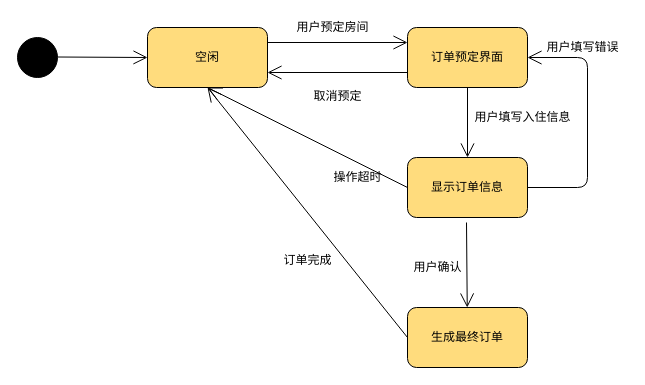
Earlier version of the draw.io diagram docs/用例描述文档/图/源文件/状态图/5 预订酒店 状态图.drawio (Cynyard999/hotel-booking-system). Source tidied: cells renumbered, new cells numbered last; positions are measured from the earlier drawing's top-left corner, leaving out a move shared by most shapes. Both pictures are drawn from the tidied source at 100%, with x=0, y=0 at pixel (17, 17).
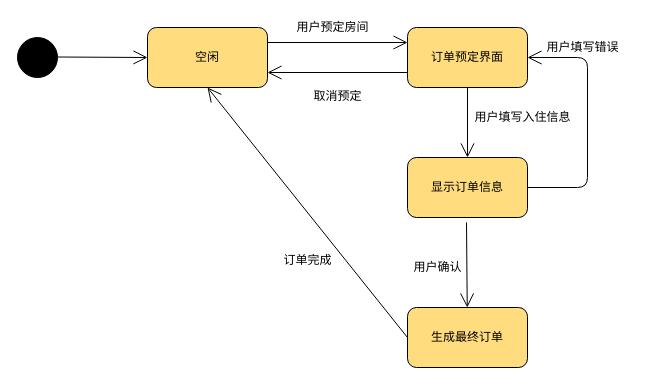
The same page after the edit.

Unchanged cells that the change refers to:
```xml
<mxCell id="5" value="显示订单信息" style="rounded=1;whiteSpace=wrap;html=1;fillColor=#FFDC7D;" parent="1" vertex="1">
  <mxGeometry x="390" y="140" width="120" height="60" as="geometry" />
</mxCell>
```

The edit, as a diff of the source:
```diff
@@
-    <mxCell id="17" style="endArrow=open;endFill=1;endSize=12;html=1;exitX=0;exitY=0.5;exitDx=0;exitDy=0;" parent="1" edge="1" source="5">
-      <mxGeometry relative="1" as="geometry">
-        <mxPoint x="190" y="70" as="targetPoint" />
-      </mxGeometry>
-    </mxCell>
-    <mxCell id="18" value="操作超时" style="text;html=1;align=center;verticalAlign=middle;" parent="1" vertex="1">
-      <mxGeometry x="310" y="150" width="60" height="20" as="geometry" />
-    </mxCell>
```
